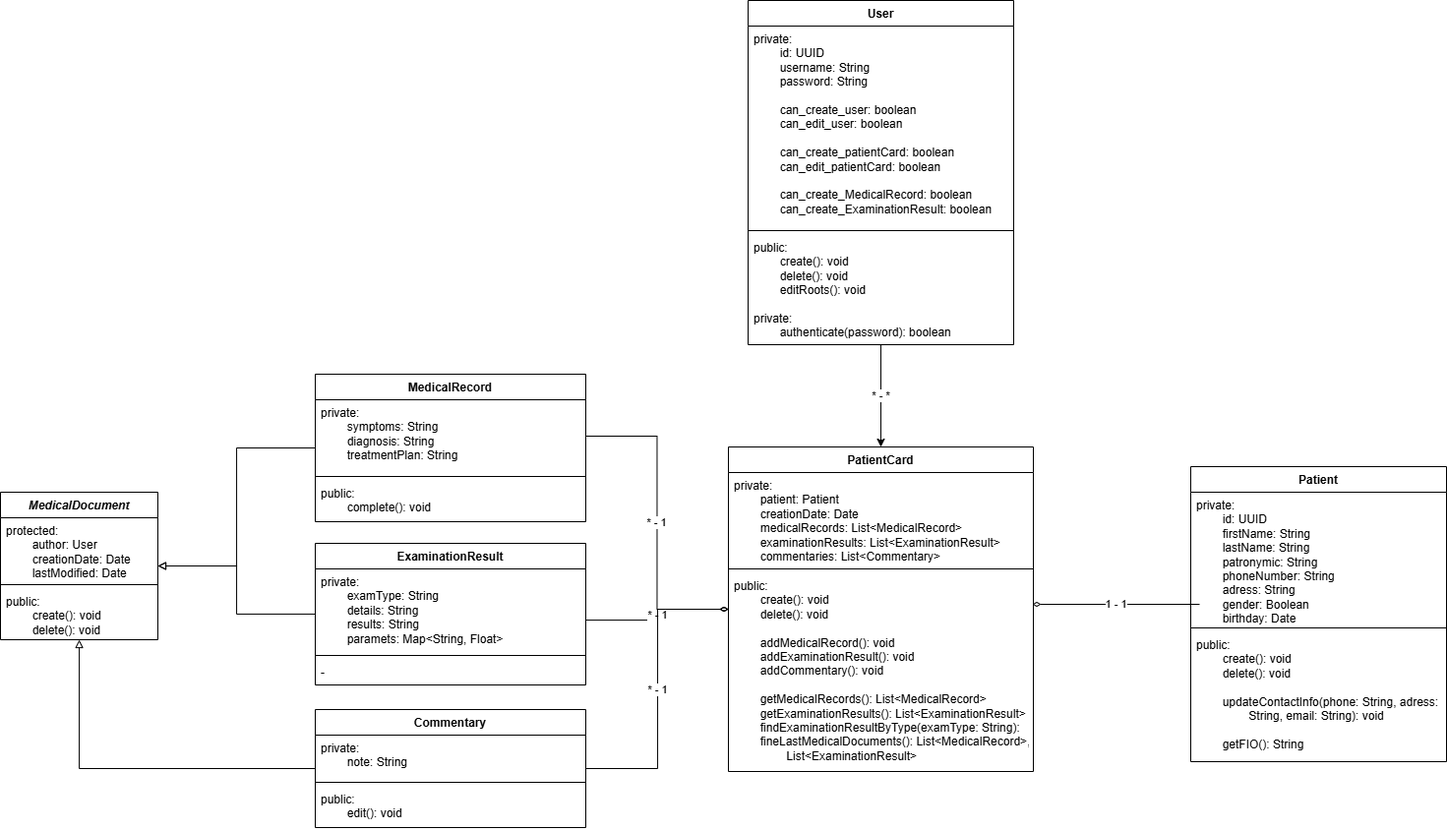
Before: docs/class_diagram.png, a diagram exported from draw.io (pbsmfs/kpo). Source tidied: cells renumbered, new cells last; positions are measured from the earlier drawing's top-left corner, leaving out a move shared by most shapes.
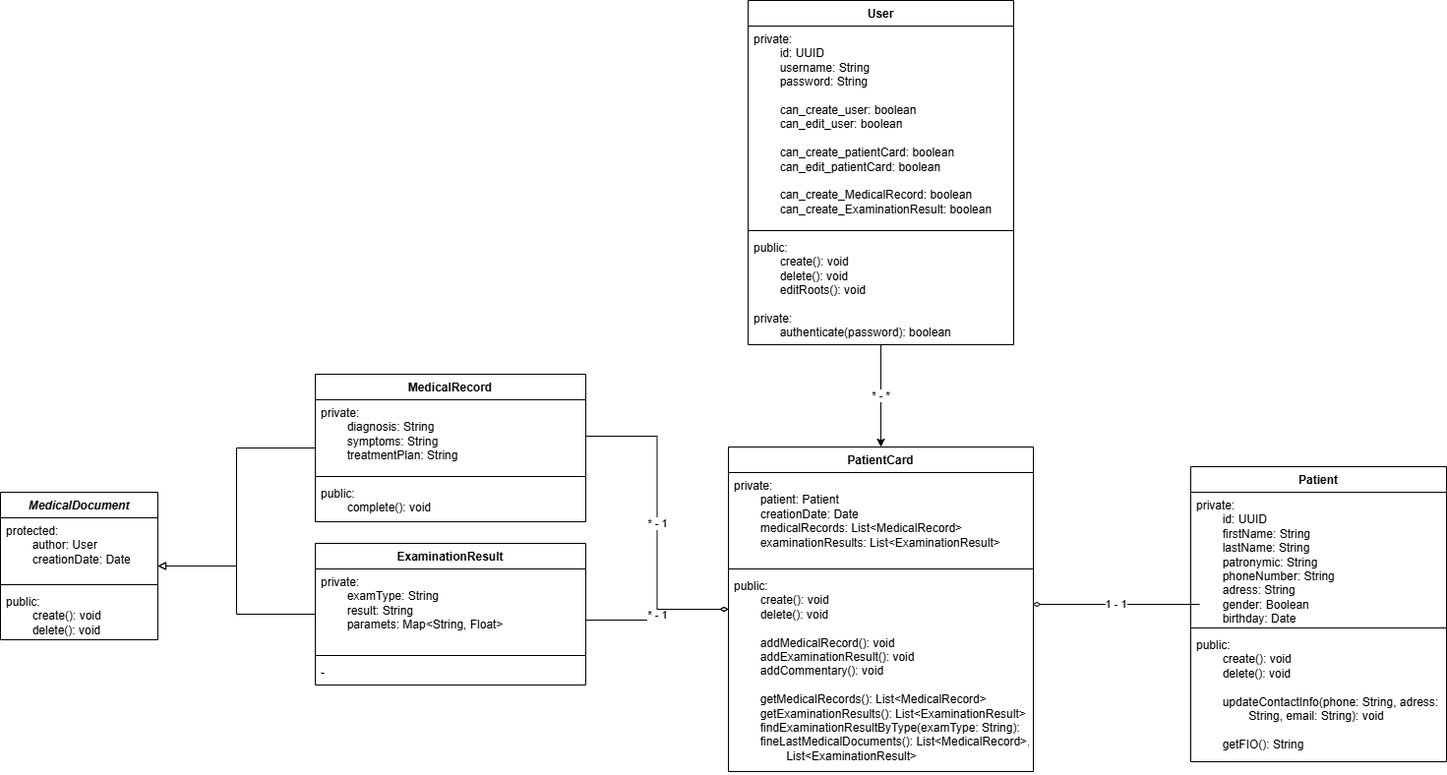
The same file after the commit.

Diff of the diagram source:
```diff
@@ -23,7 +23,7 @@
     <mxCell id="7" value="PatientCard" style="swimlane;fontStyle=1;align=center;verticalAlign=top;horizontal=1;startSize=26;whiteSpace=wrap;html=1;" parent="1" vertex="1">
       <mxGeometry x="740" y="454" width="310" height="330" as="geometry" />
     </mxCell>
-    <mxCell id="8" value="&lt;div&gt;private:&lt;/div&gt;&lt;div&gt;&lt;span style=&quot;background-color: transparent; color: light-dark(rgb(0, 0, 0), rgb(255, 255, 255));&quot;&gt;&lt;span style=&quot;white-space: pre;&quot;&gt;&#9;&lt;/span&gt;patient: Patient&lt;/span&gt;&lt;/div&gt;&lt;div&gt;&lt;/div&gt;&lt;div&gt;&lt;span style=&quot;white-space: pre;&quot;&gt;&#9;&lt;/span&gt;creationDate: Date&lt;/div&gt;&lt;div&gt;&lt;span style=&quot;white-space: pre;&quot;&gt;&#9;&lt;/span&gt;medicalRecords: List&amp;lt;MedicalRecord&amp;gt;&lt;/div&gt;&lt;div&gt;&lt;span style=&quot;white-space: pre;&quot;&gt;&#9;&lt;/span&gt;examinationResults: List&amp;lt;ExaminationResult&amp;gt;&lt;/div&gt;&lt;div&gt;&lt;span style=&quot;white-space: pre;&quot;&gt;&#9;&lt;/span&gt;commentaries: List&amp;lt;Commentary&amp;gt;&lt;/div&gt;" style="text;strokeColor=none;fillColor=none;align=left;verticalAlign=top;spacingLeft=4;spacingRight=4;overflow=hidden;whiteSpace=wrap;html=1;" parent="7" vertex="1">
+    <mxCell id="8" value="&lt;div&gt;private:&lt;/div&gt;&lt;div&gt;&lt;span style=&quot;background-color: transparent; color: light-dark(rgb(0, 0, 0), rgb(255, 255, 255));&quot;&gt;&lt;span style=&quot;white-space: pre;&quot;&gt;&#9;&lt;/span&gt;patient: Patient&lt;/span&gt;&lt;/div&gt;&lt;div&gt;&lt;/div&gt;&lt;div&gt;&lt;span style=&quot;white-space: pre;&quot;&gt;&#9;&lt;/span&gt;creationDate: Date&lt;/div&gt;&lt;div&gt;&lt;span style=&quot;white-space: pre;&quot;&gt;&#9;&lt;/span&gt;medicalRecords: List&amp;lt;MedicalRecord&amp;gt;&lt;/div&gt;&lt;div&gt;&lt;span style=&quot;white-space: pre;&quot;&gt;&#9;&lt;/span&gt;examinationResults: List&amp;lt;ExaminationResult&amp;gt;&lt;br&gt;&lt;/div&gt;" style="text;strokeColor=none;fillColor=none;align=left;verticalAlign=top;spacingLeft=4;spacingRight=4;overflow=hidden;whiteSpace=wrap;html=1;" parent="7" vertex="1">
       <mxGeometry y="26" width="310" height="94" as="geometry" />
     </mxCell>
     <mxCell id="9" style="line;strokeWidth=1;fillColor=none;align=left;verticalAlign=middle;spacingTop=-1;spacingLeft=3;spacingRight=3;labelPosition=right;strokeColor=inherit;" parent="7" vertex="1">
@@ -38,7 +38,7 @@
     <mxCell id="12" value="MedicalRecord" style="swimlane;fontStyle=1;align=center;verticalAlign=top;horizontal=1;startSize=26;whiteSpace=wrap;html=1;" parent="1" vertex="1">
       <mxGeometry x="320" y="380" width="275" height="150" as="geometry" />
     </mxCell>
-    <mxCell id="13" value="&lt;div&gt;private:&lt;/div&gt;&lt;div&gt;&lt;span style=&quot;white-space: pre;&quot;&gt;&#9;&lt;/span&gt;symptoms: String&lt;/div&gt;&lt;span style=&quot;white-space: pre;&quot;&gt;&#9;&lt;/span&gt;diagnosis: String&lt;div&gt;&lt;span style=&quot;white-space: pre;&quot;&gt;&#9;&lt;/span&gt;treatmentPlan: String&lt;/div&gt;" style="text;strokeColor=none;fillColor=none;align=left;verticalAlign=top;spacingLeft=4;spacingRight=4;overflow=hidden;points=[[0,0.5],[1,0.5]];portConstraint=eastwest;whiteSpace=wrap;html=1;" parent="12" vertex="1">
+    <mxCell id="13" value="&lt;div&gt;private:&lt;/div&gt;&lt;div&gt;&lt;span style=&quot;white-space: pre;&quot;&gt;&#9;&lt;/span&gt;diagnosis: String&lt;/div&gt;&lt;div&gt;&lt;span style=&quot;white-space: pre;&quot;&gt;&#9;&lt;/span&gt;symptoms: String&lt;/div&gt;&lt;div&gt;&lt;span style=&quot;white-space: pre;&quot;&gt;&#9;&lt;/span&gt;treatmentPlan: String&lt;/div&gt;" style="text;strokeColor=none;fillColor=none;align=left;verticalAlign=top;spacingLeft=4;spacingRight=4;overflow=hidden;points=[[0,0.5],[1,0.5]];portConstraint=eastwest;whiteSpace=wrap;html=1;" parent="12" vertex="1">
       <mxGeometry y="26" width="275" height="74" as="geometry" />
     </mxCell>
     <mxCell id="14" style="line;strokeWidth=1;fillColor=none;align=left;verticalAlign=middle;spacingTop=-1;spacingLeft=3;spacingRight=3;labelPosition=right;strokeColor=inherit;" parent="12" vertex="1">
@@ -61,7 +61,7 @@
     <mxCell id="18" value="ExaminationResult" style="swimlane;fontStyle=1;align=center;verticalAlign=top;horizontal=1;startSize=26;whiteSpace=wrap;html=1;" parent="1" vertex="1">
       <mxGeometry x="320" y="552" width="275" height="144" as="geometry" />
     </mxCell>
-    <mxCell id="19" value="private:&lt;br&gt;&lt;div&gt;&lt;span style=&quot;white-space: pre;&quot;&gt;&#9;&lt;/span&gt;examType: String&lt;div&gt;&lt;span style=&quot;white-space: pre;&quot;&gt;&#9;&lt;/span&gt;details: String&lt;br&gt;&lt;div&gt;&lt;span style=&quot;white-space: pre;&quot;&gt;&#9;&lt;/span&gt;results: String&lt;/div&gt;&lt;/div&gt;&lt;div&gt;&lt;span style=&quot;white-space: pre;&quot;&gt;&#9;&lt;/span&gt;paramets: Map&amp;lt;String, Float&amp;gt;&lt;/div&gt;&lt;/div&gt;" style="text;strokeColor=none;fillColor=none;align=left;verticalAlign=top;spacingLeft=4;spacingRight=4;overflow=hidden;whiteSpace=wrap;html=1;" parent="18" vertex="1">
+    <mxCell id="19" value="private:&lt;br&gt;&lt;div&gt;&lt;span style=&quot;white-space: pre;&quot;&gt;&#9;&lt;/span&gt;examType: String&lt;div&gt;&lt;div&gt;&lt;span style=&quot;white-space: pre;&quot;&gt;&#9;&lt;/span&gt;result: String&lt;/div&gt;&lt;/div&gt;&lt;div&gt;&lt;span style=&quot;white-space: pre;&quot;&gt;&#9;&lt;/span&gt;paramets: Map&amp;lt;String, Float&amp;gt;&lt;/div&gt;&lt;/div&gt;" style="text;strokeColor=none;fillColor=none;align=left;verticalAlign=top;spacingLeft=4;spacingRight=4;overflow=hidden;whiteSpace=wrap;html=1;" parent="18" vertex="1">
       <mxGeometry y="26" width="275" height="84" as="geometry" />
     </mxCell>
     <mxCell id="20" style="line;strokeWidth=1;fillColor=none;align=left;verticalAlign=middle;spacingTop=-1;spacingLeft=3;spacingRight=3;labelPosition=right;strokeColor=inherit;" parent="18" vertex="1">
@@ -88,7 +88,7 @@
     <mxCell id="27" value="&lt;i&gt;MedicalDocument&lt;/i&gt;" style="swimlane;fontStyle=1;align=center;verticalAlign=top;horizontal=1;startSize=26;whiteSpace=wrap;html=1;" parent="1" vertex="1">
       <mxGeometry y="500" width="160" height="150" as="geometry" />
     </mxCell>
-    <mxCell id="28" value="&lt;div&gt;protected:&lt;/div&gt;&lt;span style=&quot;white-space: pre;&quot;&gt;&#9;&lt;/span&gt;author: User&lt;div&gt;&lt;span style=&quot;white-space: pre;&quot;&gt;&#9;&lt;/span&gt;creationDate: Date&lt;/div&gt;&lt;div&gt;&lt;span style=&quot;white-space: pre;&quot;&gt;&#9;&lt;/span&gt;lastModified: Date&lt;/div&gt;" style="text;strokeColor=none;fillColor=none;align=left;verticalAlign=top;spacingLeft=4;spacingRight=4;overflow=hidden;whiteSpace=wrap;html=1;" parent="27" vertex="1">
+    <mxCell id="28" value="&lt;div&gt;protected:&lt;/div&gt;&lt;span style=&quot;white-space: pre;&quot;&gt;&#9;&lt;/span&gt;author: User&lt;div&gt;&lt;span style=&quot;white-space: pre;&quot;&gt;&#9;&lt;/span&gt;creationDate: Date&lt;/div&gt;" style="text;strokeColor=none;fillColor=none;align=left;verticalAlign=top;spacingLeft=4;spacingRight=4;overflow=hidden;whiteSpace=wrap;html=1;" parent="27" vertex="1">
       <mxGeometry y="26" width="160" height="64" as="geometry" />
     </mxCell>
     <mxCell id="29" style="line;strokeWidth=1;fillColor=none;align=left;verticalAlign=middle;spacingTop=-1;spacingLeft=3;spacingRight=3;labelPosition=right;strokeColor=inherit;" parent="27" vertex="1">
@@ -100,28 +100,5 @@
     <mxCell id="31" value="* - 1" style="edgeStyle=orthogonalEdgeStyle;rounded=0;jettySize=auto;html=1;endArrow=diamondThin;endFill=0;" parent="1" edge="1" source="13" target="7">
       <mxGeometry relative="1" as="geometry" />
     </mxCell>
-    <mxCell id="32" style="edgeStyle=orthogonalEdgeStyle;rounded=0;jettySize=auto;html=1;endArrow=block;endFill=0;" parent="1" edge="1" source="34" target="27">
-      <mxGeometry relative="1" as="geometry" />
-    </mxCell>
-    <mxCell id="33" value="* - 1" style="edgeStyle=orthogonalEdgeStyle;rounded=0;jettySize=auto;html=1;endArrow=diamondThin;endFill=0;" parent="1" edge="1" source="34" target="7">
-      <mxGeometry relative="1" as="geometry">
-        <Array as="points">
-          <mxPoint x="668" y="781" />
-          <mxPoint x="668" y="619" />
-        </Array>
-      </mxGeometry>
-    </mxCell>
-    <mxCell id="34" value="Commentary" style="swimlane;fontStyle=1;align=center;verticalAlign=top;horizontal=1;startSize=26;whiteSpace=wrap;html=1;" parent="1" vertex="1">
-      <mxGeometry x="320" y="721" width="275" height="120" as="geometry" />
-    </mxCell>
-    <mxCell id="35" value="&lt;div&gt;&lt;span style=&quot;background-color: transparent; color: light-dark(rgb(0, 0, 0), rgb(255, 255, 255));&quot;&gt;private:&lt;/span&gt;&lt;/div&gt;&lt;div&gt;&lt;span style=&quot;background-color: transparent; color: light-dark(rgb(0, 0, 0), rgb(255, 255, 255));&quot;&gt;&lt;span style=&quot;white-space: pre;&quot;&gt;&#9;&lt;/span&gt;note: String&lt;/span&gt;&lt;/div&gt;" style="text;strokeColor=none;fillColor=none;align=left;verticalAlign=top;spacingLeft=4;spacingRight=4;overflow=hidden;whiteSpace=wrap;html=1;" parent="34" vertex="1">
-      <mxGeometry y="26" width="275" height="44" as="geometry" />
-    </mxCell>
-    <mxCell id="36" style="line;strokeWidth=1;fillColor=none;align=left;verticalAlign=middle;spacingTop=-1;spacingLeft=3;spacingRight=3;labelPosition=right;strokeColor=inherit;" parent="34" vertex="1">
-      <mxGeometry y="70" width="275" height="8" as="geometry" />
-    </mxCell>
-    <mxCell id="37" value="&lt;div&gt;public:&lt;/div&gt;&lt;div&gt;&lt;span style=&quot;background-color: transparent; color: light-dark(rgb(0, 0, 0), rgb(255, 255, 255));&quot;&gt;&lt;span style=&quot;white-space: pre;&quot;&gt;&#9;&lt;/span&gt;edit(): void&lt;/span&gt;&lt;/div&gt;" style="text;strokeColor=none;fillColor=none;align=left;verticalAlign=top;spacingLeft=4;spacingRight=4;overflow=hidden;whiteSpace=wrap;html=1;" parent="34" vertex="1">
-      <mxGeometry y="78" width="275" height="42" as="geometry" />
-    </mxCell>
   </root>
 </mxGraphModel>
```
